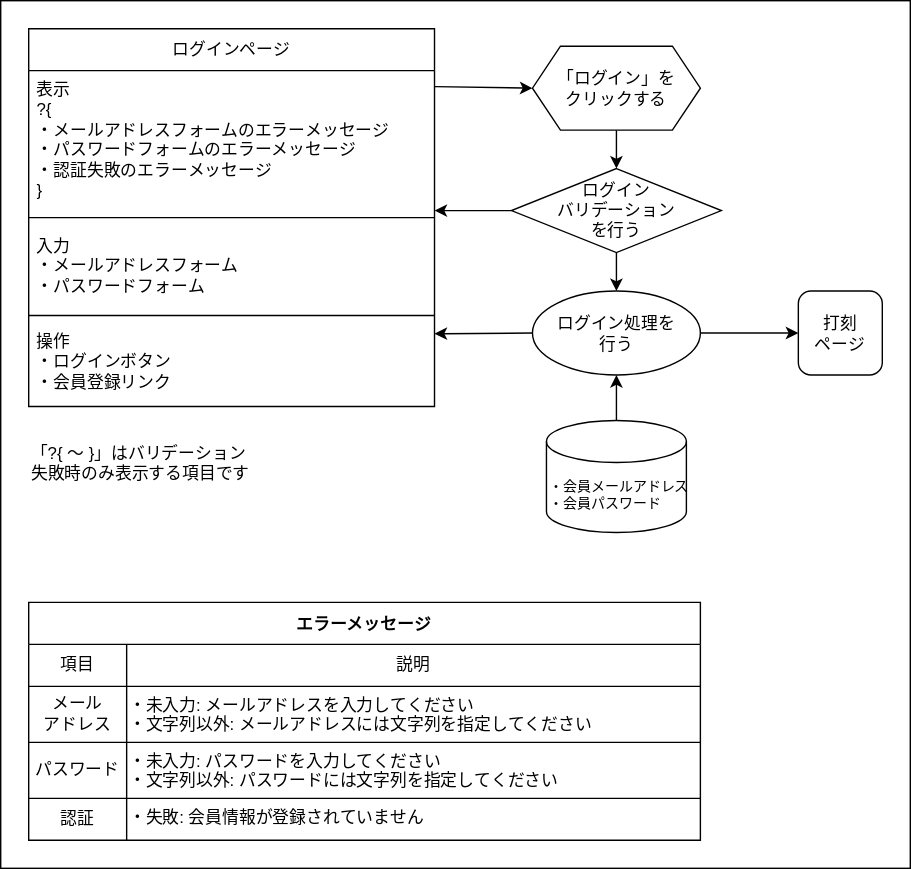
Above: doc/画面遷移図/認証ページ/ログイン.drawio.svg in ryamao/atte (draw.io), before the change. Source tidied: cells renumbered, new cells last; positions are measured from the earlier drawing's top-left corner, leaving out a move shared by most shapes.
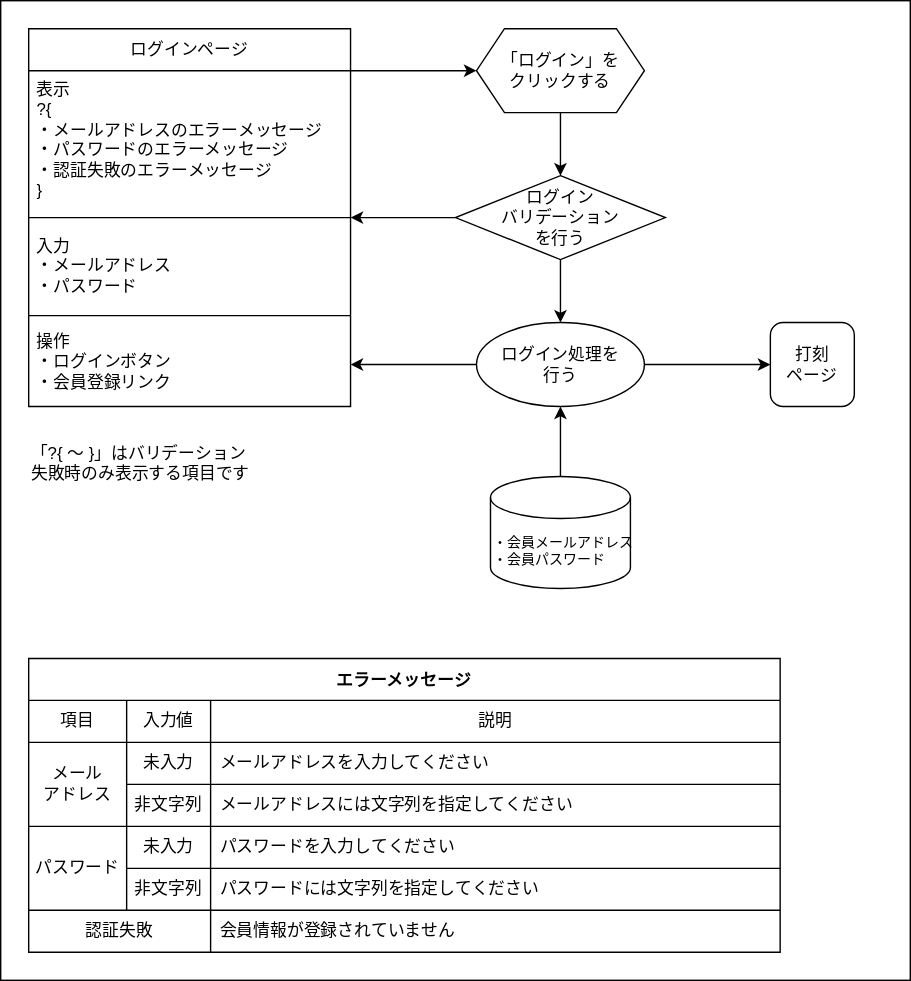
The same file after the commit.

What changed in the source:
```diff
@@ -3,104 +3,127 @@
     <mxCell id="0" />
     <mxCell id="1" parent="0" />
     <mxCell id="2" style="rounded=0;whiteSpace=wrap;html=1;" parent="1" vertex="1">
-      <mxGeometry width="650" height="620" as="geometry" />
+      <mxGeometry width="650" height="700" as="geometry" />
     </mxCell>
     <mxCell id="3" value="ログインページ" style="swimlane;fontStyle=0;horizontal=1;startSize=30;whiteSpace=wrap;html=1;flipH=1;flipV=0;" parent="1" vertex="1">
-      <mxGeometry x="20" y="20" width="290" height="270" as="geometry" />
+      <mxGeometry x="20" y="20" width="230" height="270" as="geometry" />
     </mxCell>
-    <mxCell id="4" value="表示&lt;br&gt;?{&lt;br&gt;　・メールアドレスフォームのエラーメッセージ&lt;br&gt;　・パスワードフォームのエラーメッセージ&lt;br&gt;　・認証失敗のエラーメッセージ&lt;br&gt;}" style="text;strokeColor=none;fillColor=none;align=left;verticalAlign=top;spacingLeft=4;spacingRight=4;overflow=hidden;points=[[0,0.5],[1,0.5]];portConstraint=eastwest;whiteSpace=wrap;html=1;" parent="3" vertex="1">
-      <mxGeometry y="30" width="290" height="100" as="geometry" />
+    <mxCell id="4" value="表示&lt;br&gt;?{&lt;br&gt;　・メールアドレスのエラーメッセージ&lt;br&gt;　・パスワードのエラーメッセージ&lt;br&gt;　・認証失敗のエラーメッセージ&lt;br&gt;}" style="text;strokeColor=none;fillColor=none;align=left;verticalAlign=top;spacingLeft=4;spacingRight=4;overflow=hidden;portConstraint=eastwest;whiteSpace=wrap;html=1;" parent="3" vertex="1">
+      <mxGeometry y="30" width="230" height="100" as="geometry" />
     </mxCell>
     <mxCell id="5" style="line;strokeWidth=1;html=1;" parent="3" vertex="1">
-      <mxGeometry y="130" width="290" height="10" as="geometry" />
+      <mxGeometry y="130" width="230" height="10" as="geometry" />
     </mxCell>
-    <mxCell id="6" value="入力&lt;br&gt;・メールアドレスフォーム&lt;br&gt;・パスワードフォーム" style="text;strokeColor=none;fillColor=none;align=left;verticalAlign=middle;spacingLeft=4;spacingRight=4;overflow=hidden;whiteSpace=wrap;html=1;strokeWidth=0;" parent="3" vertex="1">
-      <mxGeometry y="140" width="290" height="60" as="geometry" />
+    <mxCell id="6" value="入力&lt;br&gt;・メールアドレス&lt;br&gt;・パスワード" style="text;strokeColor=none;fillColor=none;align=left;verticalAlign=middle;spacingLeft=4;spacingRight=4;overflow=hidden;whiteSpace=wrap;html=1;strokeWidth=0;" parent="3" vertex="1">
+      <mxGeometry y="140" width="230" height="60" as="geometry" />
     </mxCell>
     <mxCell id="7" style="line;strokeWidth=1;html=1;" parent="3" vertex="1">
-      <mxGeometry y="200" width="290" height="10" as="geometry" />
+      <mxGeometry y="200" width="230" height="10" as="geometry" />
     </mxCell>
-    <mxCell id="8" value="操作&lt;br&gt;・ログインボタン&lt;br&gt;・会員登録リンク" style="text;strokeColor=none;fillColor=none;align=left;verticalAlign=top;spacingLeft=4;spacingRight=4;overflow=hidden;points=[[0,0.5],[1,0.5]];portConstraint=eastwest;whiteSpace=wrap;html=1;strokeWidth=1;" parent="3" vertex="1">
-      <mxGeometry y="210" width="290" height="60" as="geometry" />
+    <mxCell id="8" value="操作&lt;br&gt;・ログインボタン&lt;br&gt;・会員登録リンク" style="text;strokeColor=none;fillColor=none;align=left;verticalAlign=top;spacingLeft=4;spacingRight=4;overflow=hidden;portConstraint=eastwest;whiteSpace=wrap;html=1;strokeWidth=1;" parent="3" vertex="1">
+      <mxGeometry y="210" width="230" height="60" as="geometry" />
     </mxCell>
     <mxCell id="9" value="打刻&lt;br&gt;ページ" style="rounded=1;whiteSpace=wrap;html=1;" parent="1" vertex="1">
-      <mxGeometry x="570" y="207.5" width="60" height="60" as="geometry" />
+      <mxGeometry x="550" y="230" width="60" height="60" as="geometry" />
     </mxCell>
     <mxCell id="10" style="edgeStyle=none;html=1;exitX=1;exitY=0.5;exitDx=0;exitDy=0;entryX=0;entryY=0.5;entryDx=0;entryDy=0;" parent="1" edge="1" source="12" target="9">
       <mxGeometry relative="1" as="geometry" />
     </mxCell>
-    <mxCell id="11" style="edgeStyle=none;html=1;exitX=0;exitY=0.5;exitDx=0;exitDy=0;" parent="1" edge="1" source="12">
-      <mxGeometry relative="1" as="geometry">
-        <mxPoint x="310" y="238" as="targetPoint" />
-      </mxGeometry>
+    <mxCell id="11" style="edgeStyle=none;html=1;exitX=0;exitY=0.5;exitDx=0;exitDy=0;entryX=1;entryY=0.5;entryDx=0;entryDy=0;" parent="1" edge="1" source="12" target="8">
+      <mxGeometry relative="1" as="geometry" />
     </mxCell>
     <mxCell id="12" value="ログイン処理を&lt;br&gt;行う" style="ellipse;whiteSpace=wrap;html=1;strokeWidth=1;" parent="1" vertex="1">
-      <mxGeometry x="380" y="207.5" width="120" height="60" as="geometry" />
+      <mxGeometry x="340" y="230" width="120" height="60" as="geometry" />
     </mxCell>
     <mxCell id="13" style="edgeStyle=none;html=1;exitX=0.5;exitY=1;exitDx=0;exitDy=0;entryX=0.5;entryY=0;entryDx=0;entryDy=0;" parent="1" edge="1" source="14" target="18">
       <mxGeometry relative="1" as="geometry" />
     </mxCell>
     <mxCell id="14" value="「ログイン」を&lt;br&gt;クリックする" style="shape=hexagon;perimeter=hexagonPerimeter2;whiteSpace=wrap;html=1;fixedSize=1;strokeWidth=1;" parent="1" vertex="1">
-      <mxGeometry x="380" y="32.5" width="120" height="60" as="geometry" />
+      <mxGeometry x="340" y="20" width="120" height="60" as="geometry" />
     </mxCell>
-    <mxCell id="15" style="edgeStyle=none;html=1;entryX=0;entryY=0.5;entryDx=0;entryDy=0;exitX=1.001;exitY=0.114;exitDx=0;exitDy=0;exitPerimeter=0;" parent="1" edge="1" source="4" target="14">
+    <mxCell id="15" style="edgeStyle=none;html=1;entryX=0;entryY=0.5;entryDx=0;entryDy=0;exitX=1;exitY=0;exitDx=0;exitDy=0;" parent="1" edge="1" source="4" target="14">
       <mxGeometry relative="1" as="geometry" />
     </mxCell>
     <mxCell id="16" style="edgeStyle=none;html=1;exitX=0.5;exitY=1;exitDx=0;exitDy=0;entryX=0.5;entryY=0;entryDx=0;entryDy=0;" parent="1" edge="1" source="18" target="12">
       <mxGeometry relative="1" as="geometry" />
     </mxCell>
-    <mxCell id="17" style="edgeStyle=none;html=1;exitX=0;exitY=0.5;exitDx=0;exitDy=0;" parent="1" edge="1" source="18">
-      <mxGeometry relative="1" as="geometry">
-        <mxPoint x="310" y="150" as="targetPoint" />
-      </mxGeometry>
+    <mxCell id="17" style="edgeStyle=none;html=1;exitX=0;exitY=0.5;exitDx=0;exitDy=0;entryX=1;entryY=0.5;entryDx=0;entryDy=0;entryPerimeter=0;" parent="1" edge="1" source="18" target="5">
+      <mxGeometry relative="1" as="geometry" />
     </mxCell>
     <mxCell id="18" value="ログイン&lt;br&gt;バリデーション&lt;br&gt;を行う" style="rhombus;whiteSpace=wrap;html=1;" parent="1" vertex="1">
-      <mxGeometry x="365" y="120" width="150" height="60" as="geometry" />
+      <mxGeometry x="325" y="125" width="150" height="60" as="geometry" />
     </mxCell>
     <mxCell id="19" value="エラーメッセージ" style="shape=table;startSize=30;fontStyle=1;align=center;" parent="1" vertex="1">
-      <mxGeometry x="20" y="430" width="480" height="170" as="geometry" />
+      <mxGeometry x="20" y="470" width="537" height="210" as="geometry" />
     </mxCell>
     <mxCell id="20" style="shape=tableRow;horizontal=0;startSize=0;swimlaneHead=0;swimlaneBody=0;top=0;left=0;bottom=0;right=0;fillColor=none;" parent="19" vertex="1">
-      <mxGeometry y="30" width="480" height="30" as="geometry" />
+      <mxGeometry y="30" width="537" height="30" as="geometry" />
     </mxCell>
     <mxCell id="21" value="項目" style="shape=partialRectangle;html=1;whiteSpace=wrap;fillColor=none;top=0;left=0;bottom=0;right=0;overflow=hidden;" parent="20" vertex="1">
       <mxGeometry width="70" height="30" as="geometry" />
     </mxCell>
+    <mxCell id="35" value="入力値" style="shape=partialRectangle;html=1;whiteSpace=wrap;fillColor=none;top=0;left=0;bottom=0;right=0;overflow=hidden;" parent="20" vertex="1">
+      <mxGeometry x="70" width="60" height="30" as="geometry" />
+    </mxCell>
     <mxCell id="22" value="説明" style="shape=partialRectangle;html=1;whiteSpace=wrap;fillColor=none;top=0;left=0;bottom=0;right=0;overflow=hidden;" parent="20" vertex="1">
-      <mxGeometry x="70" width="410" height="30" as="geometry" />
+      <mxGeometry x="130" width="407" height="30" as="geometry" />
     </mxCell>
-    <mxCell id="23" style="shape=tableRow;horizontal=0;startSize=0;swimlaneHead=0;swimlaneBody=0;top=0;left=0;bottom=0;right=0;fillColor=none;" parent="19" vertex="1">
-      <mxGeometry y="60" width="480" height="40" as="geometry" />
-    </mxCell>
+    <mxCell id="36" style="shape=tableRow;horizontal=0;startSize=0;swimlaneHead=0;swimlaneBody=0;top=0;left=0;bottom=0;right=0;fillColor=none;" parent="19" vertex="1">
+      <mxGeometry y="60" width="537" height="30" as="geometry" />
+    </mxCell>
-    <mxCell id="24" value="メール&lt;br&gt;アドレス" style="shape=partialRectangle;html=1;whiteSpace=wrap;fillColor=none;top=0;left=0;bottom=0;right=0;overflow=hidden;verticalAlign=middle;align=center;" parent="23" vertex="1">
-      <mxGeometry width="70" height="40" as="geometry" />
+    <mxCell id="24" value="メール&lt;br&gt;アドレス" style="shape=partialRectangle;html=1;whiteSpace=wrap;fillColor=none;top=0;left=0;bottom=0;right=0;overflow=hidden;rowspan=2;" parent="36" vertex="1">
+      <mxGeometry width="70" height="60" as="geometry" />
     </mxCell>
-    <mxCell id="25" value="・未入力: メールアドレスを入力してください&lt;br&gt;・文字列以外: メールアドレスには文字列を指定してください" style="shape=partialRectangle;html=1;whiteSpace=wrap;fillColor=none;top=0;left=0;bottom=0;right=0;overflow=hidden;verticalAlign=top;align=left;" parent="23" vertex="1">
-      <mxGeometry x="70" width="410" height="40" as="geometry" />
-    </mxCell>
-    <mxCell id="26" style="shape=tableRow;horizontal=0;startSize=0;swimlaneHead=0;swimlaneBody=0;top=0;left=0;bottom=0;right=0;fillColor=none;" parent="19" vertex="1">
-      <mxGeometry y="100" width="480" height="40" as="geometry" />
-    </mxCell>
+    <mxCell id="37" value="未入力" style="shape=partialRectangle;html=1;whiteSpace=wrap;fillColor=none;top=0;left=0;bottom=0;right=0;overflow=hidden;" parent="36" vertex="1">
+      <mxGeometry x="70" width="60" height="30" as="geometry" />
+    </mxCell>
+    <mxCell id="38" value="&lt;span style=&quot;&quot;&gt;メールアドレスを入力してください&lt;/span&gt;" style="shape=partialRectangle;html=1;whiteSpace=wrap;fillColor=none;top=0;left=0;bottom=0;right=0;overflow=hidden;align=left;spacingLeft=5;" parent="36" vertex="1">
+      <mxGeometry x="130" width="407" height="30" as="geometry" />
+    </mxCell>
+    <mxCell id="39" style="shape=tableRow;horizontal=0;startSize=0;swimlaneHead=0;swimlaneBody=0;top=0;left=0;bottom=0;right=0;fillColor=none;" parent="19" vertex="1">
+      <mxGeometry y="90" width="537" height="30" as="geometry" />
+    </mxCell>
+    <mxCell id="40" value="非文字列" style="shape=partialRectangle;html=1;whiteSpace=wrap;fillColor=none;top=0;left=0;bottom=0;right=0;overflow=hidden;" parent="39" vertex="1">
+      <mxGeometry x="70" width="60" height="30" as="geometry" />
+    </mxCell>
+    <mxCell id="41" value="メールアドレスには文字列を指定してください" style="shape=partialRectangle;html=1;whiteSpace=wrap;fillColor=none;top=0;left=0;bottom=0;right=0;overflow=hidden;align=left;spacingLeft=5;" parent="39" vertex="1">
+      <mxGeometry x="130" width="407" height="30" as="geometry" />
+    </mxCell>
+    <mxCell id="42" style="shape=tableRow;horizontal=0;startSize=0;swimlaneHead=0;swimlaneBody=0;top=0;left=0;bottom=0;right=0;fillColor=none;" parent="19" vertex="1">
+      <mxGeometry y="120" width="537" height="30" as="geometry" />
+    </mxCell>
-    <mxCell id="27" value="パスワード" style="shape=partialRectangle;html=1;whiteSpace=wrap;fillColor=none;top=0;left=0;bottom=0;right=0;overflow=hidden;verticalAlign=middle;align=center;" parent="26" vertex="1">
-      <mxGeometry width="70" height="40" as="geometry" />
+    <mxCell id="27" value="パスワード" style="shape=partialRectangle;html=1;whiteSpace=wrap;fillColor=none;top=0;left=0;bottom=0;right=0;overflow=hidden;rowspan=2;" parent="42" vertex="1">
+      <mxGeometry width="70" height="60" as="geometry" />
     </mxCell>
-    <mxCell id="28" value="・未入力: パスワードを入力してください&lt;br&gt;・文字列以外: パスワードには文字列を指定してください" style="shape=partialRectangle;html=1;whiteSpace=wrap;fillColor=none;top=0;left=0;bottom=0;right=0;overflow=hidden;verticalAlign=top;align=left;" parent="26" vertex="1">
-      <mxGeometry x="70" width="410" height="40" as="geometry" />
-    </mxCell>
-    <mxCell id="29" style="shape=tableRow;horizontal=0;startSize=0;swimlaneHead=0;swimlaneBody=0;top=0;left=0;bottom=0;right=0;fillColor=none;" parent="19" vertex="1">
-      <mxGeometry y="140" width="480" height="30" as="geometry" />
-    </mxCell>
-    <mxCell id="30" value="認証" style="shape=partialRectangle;html=1;whiteSpace=wrap;fillColor=none;top=0;left=0;bottom=0;right=0;overflow=hidden;verticalAlign=middle;align=center;" parent="29" vertex="1">
-      <mxGeometry width="70" height="30" as="geometry" />
-    </mxCell>
-    <mxCell id="31" value="・失敗: 会員情報が登録されていません" style="shape=partialRectangle;html=1;whiteSpace=wrap;fillColor=none;top=0;left=0;bottom=0;right=0;overflow=hidden;verticalAlign=top;align=left;" parent="29" vertex="1">
-      <mxGeometry x="70" width="410" height="30" as="geometry" />
-    </mxCell>
+    <mxCell id="43" value="未入力" style="shape=partialRectangle;html=1;whiteSpace=wrap;fillColor=none;top=0;left=0;bottom=0;right=0;overflow=hidden;" parent="42" vertex="1">
+      <mxGeometry x="70" width="60" height="30" as="geometry" />
+    </mxCell>
+    <mxCell id="44" value="パスワードを入力してください" style="shape=partialRectangle;html=1;whiteSpace=wrap;fillColor=none;top=0;left=0;bottom=0;right=0;overflow=hidden;align=left;spacingLeft=5;" parent="42" vertex="1">
+      <mxGeometry x="130" width="407" height="30" as="geometry" />
+    </mxCell>
+    <mxCell id="45" style="shape=tableRow;horizontal=0;startSize=0;swimlaneHead=0;swimlaneBody=0;top=0;left=0;bottom=0;right=0;fillColor=none;" parent="19" vertex="1">
+      <mxGeometry y="150" width="537" height="30" as="geometry" />
+    </mxCell>
+    <mxCell id="46" value="非文字列" style="shape=partialRectangle;html=1;whiteSpace=wrap;fillColor=none;top=0;left=0;bottom=0;right=0;overflow=hidden;" parent="45" vertex="1">
+      <mxGeometry x="70" width="60" height="30" as="geometry" />
+    </mxCell>
+    <mxCell id="47" value="パスワードには文字列を指定してください" style="shape=partialRectangle;html=1;whiteSpace=wrap;fillColor=none;top=0;left=0;bottom=0;right=0;overflow=hidden;align=left;spacingLeft=5;" parent="45" vertex="1">
+      <mxGeometry x="130" width="407" height="30" as="geometry" />
+    </mxCell>
+    <mxCell id="48" style="shape=tableRow;horizontal=0;startSize=0;swimlaneHead=0;swimlaneBody=0;top=0;left=0;bottom=0;right=0;fillColor=none;" parent="19" vertex="1">
+      <mxGeometry y="180" width="537" height="30" as="geometry" />
+    </mxCell>
+    <mxCell id="49" value="認証失敗" style="shape=partialRectangle;html=1;whiteSpace=wrap;fillColor=none;top=0;left=0;bottom=0;right=0;overflow=hidden;colspan=2;" parent="48" vertex="1">
+      <mxGeometry width="130" height="30" as="geometry" />
+    </mxCell>
+    <mxCell id="50" value="会員情報が登録されていません" style="shape=partialRectangle;html=1;whiteSpace=wrap;fillColor=none;top=0;left=0;bottom=0;right=0;overflow=hidden;align=left;spacingLeft=5;" parent="48" vertex="1">
+      <mxGeometry x="130" width="407" height="30" as="geometry" />
+    </mxCell>
     <mxCell id="32" style="edgeStyle=none;html=1;exitX=0.5;exitY=0;exitDx=0;exitDy=0;exitPerimeter=0;entryX=0.5;entryY=1;entryDx=0;entryDy=0;" parent="1" edge="1" source="33" target="12">
       <mxGeometry relative="1" as="geometry" />
     </mxCell>
     <mxCell id="33" value="・会員メールアドレス&lt;br style=&quot;font-size: 10px;&quot;&gt;・会員パスワード" style="shape=cylinder3;html=1;boundedLbl=1;backgroundOutline=1;size=15;align=left;fontSize=10;" parent="1" vertex="1">
-      <mxGeometry x="390" y="300" width="100" height="80" as="geometry" />
+      <mxGeometry x="350" y="340" width="100" height="80" as="geometry" />
     </mxCell>
     <mxCell id="34" value="「?{ 〜 }」はバリデーション失敗時のみ表示する項目です" style="text;html=1;strokeColor=none;fillColor=none;align=left;verticalAlign=top;whiteSpace=wrap;rounded=0;" parent="1" vertex="1">
       <mxGeometry x="20" y="310" width="160" height="40" as="geometry" />
```
